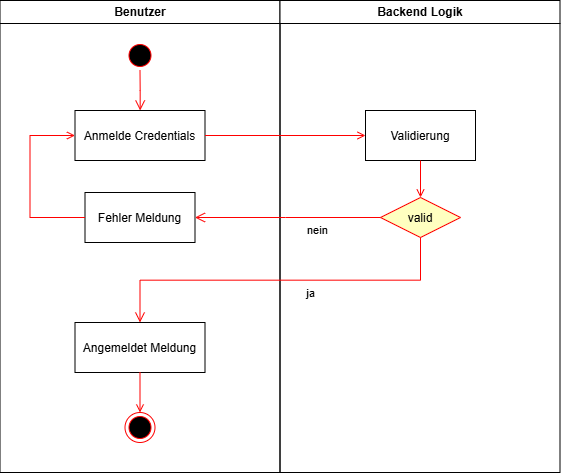
The draw.io diagram docs/UML/UML-Aktivitaetsdiagramm_Anmelden.png in GalacticCodeGambit/LazyCook, before a commit. Source tidied: cells renumbered, new cells last; positions are measured from the earlier drawing's top-left corner, leaving out a move shared by most shapes. The source it was exported from:
```xml
<mxGraphModel>
  <root>
    <mxCell id="0" />
    <mxCell id="1" parent="0" />
    <mxCell id="2" value="Benutzer" style="swimlane;whiteSpace=wrap;" parent="1" vertex="1">
      <mxGeometry x="0.5" width="280" height="472" as="geometry" />
    </mxCell>
    <mxCell id="3" style="ellipse;shape=startState;fillColor=#000000;strokeColor=#ff0000;" parent="2" vertex="1">
      <mxGeometry x="125" y="40" width="30" height="30" as="geometry" />
    </mxCell>
    <mxCell id="4" style="edgeStyle=elbowEdgeStyle;elbow=horizontal;verticalAlign=bottom;endArrow=open;endSize=8;strokeColor=#FF0000;endFill=1;rounded=0;" parent="2" edge="1" source="3" target="5">
      <mxGeometry x="100" y="40" as="geometry" />
    </mxCell>
    <mxCell id="5" value="Anmelde Credentials" parent="2" vertex="1">
      <mxGeometry x="75" y="110" width="130" height="50" as="geometry" />
    </mxCell>
    <mxCell id="6" value="Fehler Meldung" parent="2" vertex="1">
      <mxGeometry x="85" y="192" width="110" height="50" as="geometry" />
    </mxCell>
    <mxCell id="7" style="edgeStyle=elbowEdgeStyle;elbow=horizontal;strokeColor=#FF0000;endArrow=open;endFill=1;rounded=0;exitX=0;exitY=0.5;exitDx=0;exitDy=0;" parent="2" edge="1" source="6" target="5">
      <mxGeometry relative="1" as="geometry">
        <Array as="points">
          <mxPoint x="30" y="250" />
        </Array>
      </mxGeometry>
    </mxCell>
    <mxCell id="8" style="ellipse;shape=endState;fillColor=#000000;strokeColor=#ff0000;" parent="2" vertex="1">
      <mxGeometry x="125" y="412" width="30" height="30" as="geometry" />
    </mxCell>
    <mxCell id="9" value="Angemeldet Meldung" parent="2" vertex="1">
      <mxGeometry x="75" y="322" width="130" height="50" as="geometry" />
    </mxCell>
    <mxCell id="10" style="endArrow=open;strokeColor=#FF0000;endFill=1;rounded=0;" parent="2" edge="1" source="9" target="8">
      <mxGeometry relative="1" as="geometry" />
    </mxCell>
    <mxCell id="11" value="Backend Logik" style="swimlane;whiteSpace=wrap;startSize=23;fontStyle=1;" parent="1" vertex="1">
      <mxGeometry x="280.5" width="280" height="472" as="geometry" />
    </mxCell>
    <mxCell id="12" value="Validierung" parent="11" vertex="1">
      <mxGeometry x="85.5" y="110" width="110" height="50" as="geometry" />
    </mxCell>
    <mxCell id="13" style="endArrow=open;strokeColor=#FF0000;endFill=1;rounded=0;entryX=0.5;entryY=0;entryDx=0;entryDy=0;" parent="11" edge="1" source="12" target="14">
      <mxGeometry relative="1" as="geometry" />
    </mxCell>
    <mxCell id="14" value="valid" style="rhombus;fillColor=#ffffc0;strokeColor=#ff0000;" parent="11" vertex="1">
      <mxGeometry x="100.5" y="197" width="80" height="40" as="geometry" />
    </mxCell>
    <mxCell id="15" style="endArrow=open;strokeColor=#FF0000;endFill=1;rounded=0;" parent="1" edge="1" source="5" target="12">
      <mxGeometry relative="1" as="geometry" />
    </mxCell>
    <mxCell id="16" value="nein" style="edgeStyle=elbowEdgeStyle;elbow=horizontal;align=left;verticalAlign=top;endArrow=open;endSize=8;strokeColor=#FF0000;endFill=1;rounded=0;entryX=1;entryY=0.5;entryDx=0;entryDy=0;exitX=0;exitY=0.5;exitDx=0;exitDy=0;" parent="1" edge="1" source="14" target="6">
      <mxGeometry x="-0.19" relative="1" as="geometry">
        <Array as="points">
          <mxPoint x="286" y="222" />
        </Array>
      </mxGeometry>
    </mxCell>
    <mxCell id="17" value="ja" style="edgeStyle=elbowEdgeStyle;elbow=vertical;align=left;verticalAlign=top;endArrow=open;endSize=8;strokeColor=#FF0000;endFill=1;rounded=0;" parent="1" edge="1" source="14" target="9">
      <mxGeometry x="-0.13" relative="1" as="geometry" />
    </mxCell>
  </root>
</mxGraphModel>
```
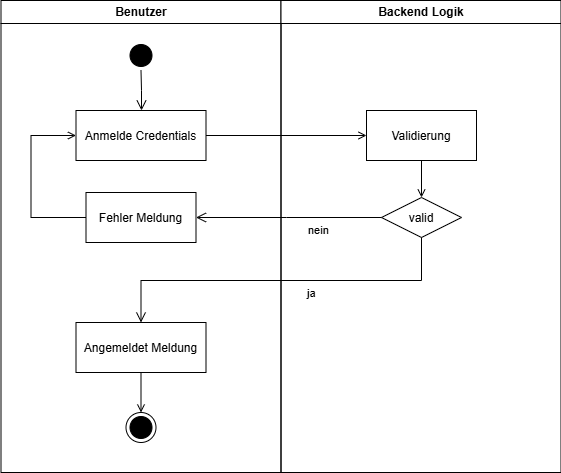
The same diagram one commit later.

Change to the diagram source:
```diff
@@ -5,10 +5,10 @@
     <mxCell id="2" value="Benutzer" style="swimlane;whiteSpace=wrap;" parent="1" vertex="1">
       <mxGeometry x="0.5" width="280" height="472" as="geometry" />
     </mxCell>
-    <mxCell id="3" style="ellipse;shape=startState;fillColor=#000000;strokeColor=#ff0000;" parent="2" vertex="1">
+    <mxCell id="3" style="ellipse;shape=startState;fillColor=#000000;strokeColor=#000000;" parent="2" vertex="1">
       <mxGeometry x="125" y="40" width="30" height="30" as="geometry" />
     </mxCell>
-    <mxCell id="4" style="edgeStyle=elbowEdgeStyle;elbow=horizontal;verticalAlign=bottom;endArrow=open;endSize=8;strokeColor=#FF0000;endFill=1;rounded=0;" parent="2" edge="1" source="3" target="5">
+    <mxCell id="4" style="edgeStyle=elbowEdgeStyle;elbow=horizontal;verticalAlign=bottom;endArrow=open;endSize=8;strokeColor=#000000;endFill=1;rounded=0;" parent="2" edge="1" source="3" target="5">
       <mxGeometry x="100" y="40" as="geometry" />
     </mxCell>
     <mxCell id="5" value="Anmelde Credentials" parent="2" vertex="1">
@@ -17,45 +17,45 @@
     <mxCell id="6" value="Fehler Meldung" parent="2" vertex="1">
       <mxGeometry x="85" y="192" width="110" height="50" as="geometry" />
     </mxCell>
-    <mxCell id="7" style="edgeStyle=elbowEdgeStyle;elbow=horizontal;strokeColor=#FF0000;endArrow=open;endFill=1;rounded=0;exitX=0;exitY=0.5;exitDx=0;exitDy=0;" parent="2" edge="1" source="6" target="5">
+    <mxCell id="7" style="edgeStyle=elbowEdgeStyle;elbow=horizontal;strokeColor=#000000;endArrow=open;endFill=1;rounded=0;exitX=0;exitY=0.5;exitDx=0;exitDy=0;" parent="2" edge="1" source="6" target="5">
       <mxGeometry relative="1" as="geometry">
         <Array as="points">
           <mxPoint x="30" y="250" />
         </Array>
       </mxGeometry>
     </mxCell>
-    <mxCell id="8" style="ellipse;shape=endState;fillColor=#000000;strokeColor=#ff0000;" parent="2" vertex="1">
+    <mxCell id="8" style="ellipse;shape=endState;fillColor=#000000;strokeColor=#000000;" parent="2" vertex="1">
       <mxGeometry x="125" y="412" width="30" height="30" as="geometry" />
     </mxCell>
     <mxCell id="9" value="Angemeldet Meldung" parent="2" vertex="1">
       <mxGeometry x="75" y="322" width="130" height="50" as="geometry" />
     </mxCell>
-    <mxCell id="10" style="endArrow=open;strokeColor=#FF0000;endFill=1;rounded=0;" parent="2" edge="1" source="9" target="8">
+    <mxCell id="10" style="endArrow=open;strokeColor=#000000;endFill=1;rounded=0;" parent="2" edge="1" source="9" target="8">
       <mxGeometry relative="1" as="geometry" />
     </mxCell>
-    <mxCell id="11" value="Backend Logik" style="swimlane;whiteSpace=wrap;startSize=23;fontStyle=1;" parent="1" vertex="1">
+    <mxCell id="11" value="Backend Logik" style="swimlane;whiteSpace=wrap;startSize=23;" parent="1" vertex="1">
       <mxGeometry x="280.5" width="280" height="472" as="geometry" />
     </mxCell>
     <mxCell id="12" value="Validierung" parent="11" vertex="1">
       <mxGeometry x="85.5" y="110" width="110" height="50" as="geometry" />
     </mxCell>
-    <mxCell id="13" style="endArrow=open;strokeColor=#FF0000;endFill=1;rounded=0;entryX=0.5;entryY=0;entryDx=0;entryDy=0;" parent="11" edge="1" source="12" target="14">
+    <mxCell id="13" style="endArrow=open;strokeColor=#000000;endFill=1;rounded=0;entryX=0.5;entryY=0;entryDx=0;entryDy=0;" parent="11" edge="1" source="12" target="14">
       <mxGeometry relative="1" as="geometry" />
     </mxCell>
-    <mxCell id="14" value="valid" style="rhombus;fillColor=#ffffc0;strokeColor=#ff0000;" parent="11" vertex="1">
+    <mxCell id="14" value="valid" style="rhombus;fillColor=#FFFFFF;strokeColor=#000000;" parent="11" vertex="1">
       <mxGeometry x="100.5" y="197" width="80" height="40" as="geometry" />
     </mxCell>
-    <mxCell id="15" style="endArrow=open;strokeColor=#FF0000;endFill=1;rounded=0;" parent="1" edge="1" source="5" target="12">
+    <mxCell id="15" style="endArrow=open;strokeColor=#000000;endFill=1;rounded=0;" parent="1" edge="1" source="5" target="12">
       <mxGeometry relative="1" as="geometry" />
     </mxCell>
-    <mxCell id="16" value="nein" style="edgeStyle=elbowEdgeStyle;elbow=horizontal;align=left;verticalAlign=top;endArrow=open;endSize=8;strokeColor=#FF0000;endFill=1;rounded=0;entryX=1;entryY=0.5;entryDx=0;entryDy=0;exitX=0;exitY=0.5;exitDx=0;exitDy=0;" parent="1" edge="1" source="14" target="6">
+    <mxCell id="16" value="nein" style="edgeStyle=elbowEdgeStyle;elbow=horizontal;align=left;verticalAlign=top;endArrow=open;endSize=8;strokeColor=#000000;endFill=1;rounded=0;entryX=1;entryY=0.5;entryDx=0;entryDy=0;exitX=0;exitY=0.5;exitDx=0;exitDy=0;" parent="1" edge="1" source="14" target="6">
       <mxGeometry x="-0.19" relative="1" as="geometry">
         <Array as="points">
           <mxPoint x="286" y="222" />
         </Array>
       </mxGeometry>
     </mxCell>
-    <mxCell id="17" value="ja" style="edgeStyle=elbowEdgeStyle;elbow=vertical;align=left;verticalAlign=top;endArrow=open;endSize=8;strokeColor=#FF0000;endFill=1;rounded=0;" parent="1" edge="1" source="14" target="9">
+    <mxCell id="17" value="ja" style="edgeStyle=elbowEdgeStyle;elbow=vertical;align=left;verticalAlign=top;endArrow=open;endSize=8;strokeColor=#000000;endFill=1;rounded=0;" parent="1" edge="1" source="14" target="9">
       <mxGeometry x="-0.13" relative="1" as="geometry" />
     </mxCell>
   </root>
```
